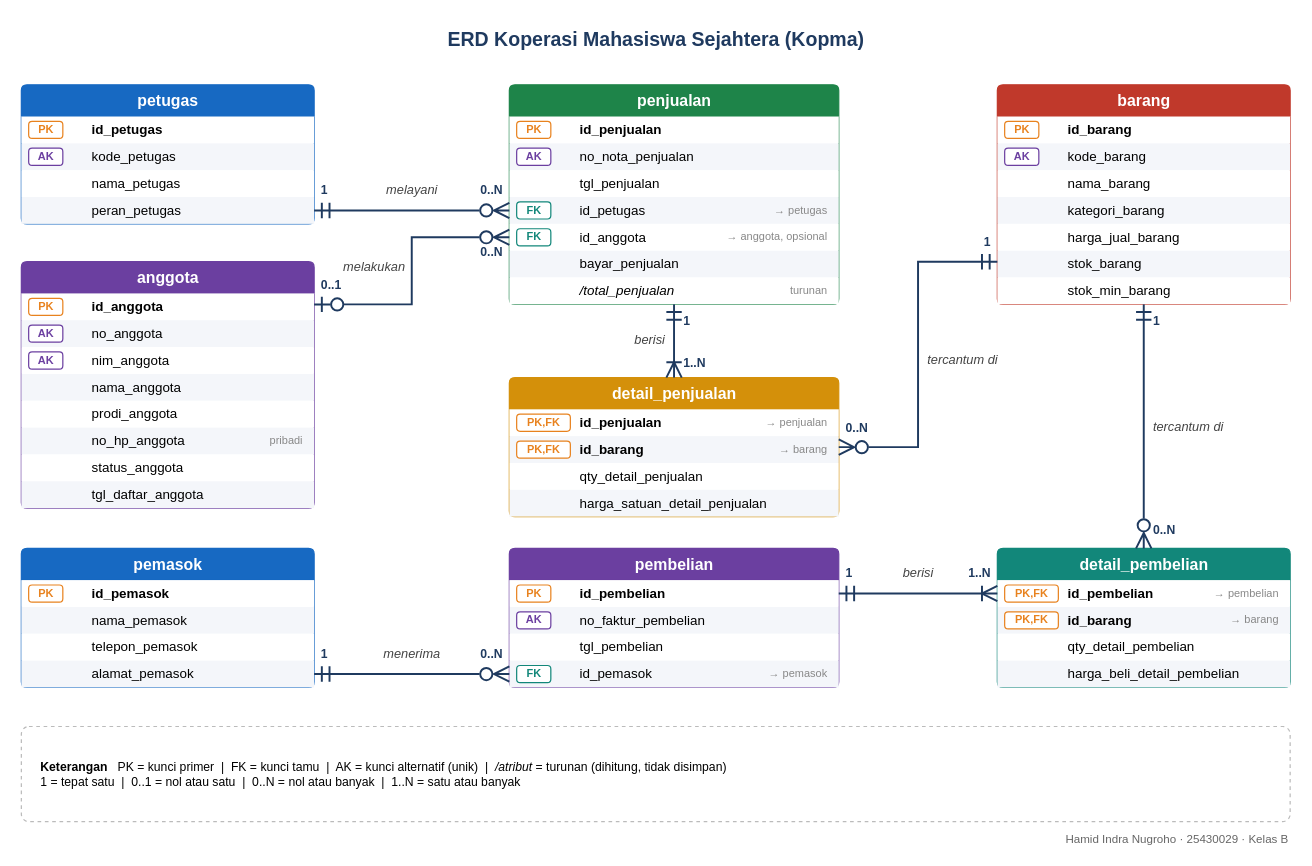
This is erd/p03_erd_kopma_25430029.drawio from viaindra40-commits/basisdata-25430029, a draw.io file, before an edit. Source tidied: cells renumbered, new cells numbered last; positions are measured from the earlier drawing's top-left corner, leaving out a move shared by most shapes. Both pictures are drawn from the tidied source at 122%, with x=0, y=0 at pixel (21, 21).
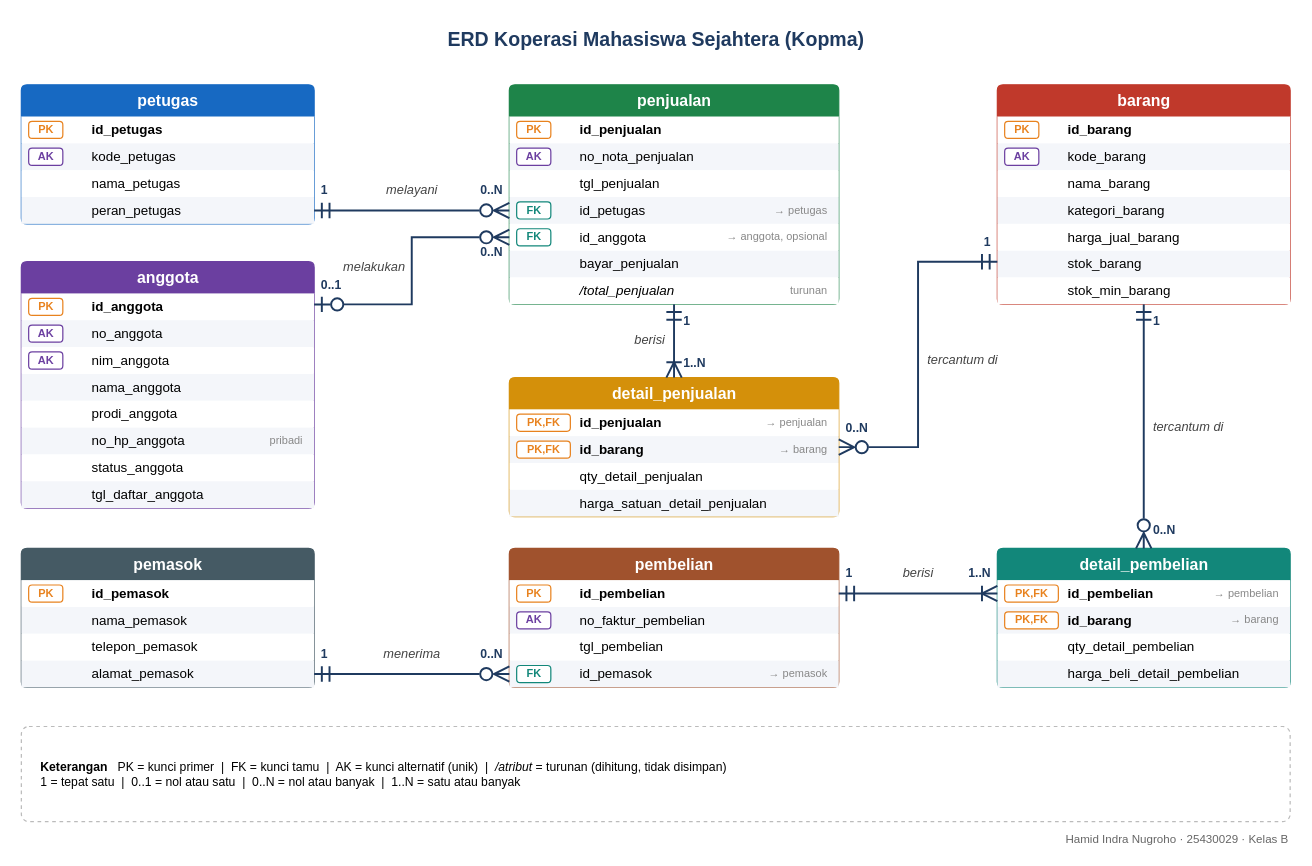
Above is the later version.

Commit message (it also covers changes not shown here):
p03: perbaikan erd dan laporan

What changed in the source:
```diff
@@
-    <mxCell id="23" value="pemasok" style="swimlane;fontStyle=1;fontSize=13;startSize=26;fillColor=#1769C2;strokeColor=#1769C2;fontColor=#FFFFFF;rounded=1;arcSize=6;swimlaneFillColor=#FFFFFF;html=1;" parent="1" vertex="1">
+    <mxCell id="23" value="pemasok" style="swimlane;fontStyle=1;fontSize=13;startSize=26;fillColor=#455A64;strokeColor=#455A64;fontColor=#FFFFFF;rounded=1;arcSize=6;swimlaneFillColor=#FFFFFF;html=1;" parent="1" vertex="1">
       <mxGeometry y="432" width="240" height="114" as="geometry" />
     </mxCell>
@@
-    <mxCell id="53" value="pembelian" style="swimlane;fontStyle=1;fontSize=13;startSize=26;fillColor=#6B3FA0;strokeColor=#6B3FA0;fontColor=#FFFFFF;rounded=1;arcSize=6;swimlaneFillColor=#FFFFFF;html=1;" parent="1" vertex="1">
+    <mxCell id="53" value="pembelian" style="swimlane;fontStyle=1;fontSize=13;startSize=26;fillColor=#A0522D;strokeColor=#A0522D;fontColor=#FFFFFF;rounded=1;arcSize=6;swimlaneFillColor=#FFFFFF;html=1;" parent="1" vertex="1">
       <mxGeometry x="400" y="432" width="270" height="114" as="geometry" />
     </mxCell>
```
